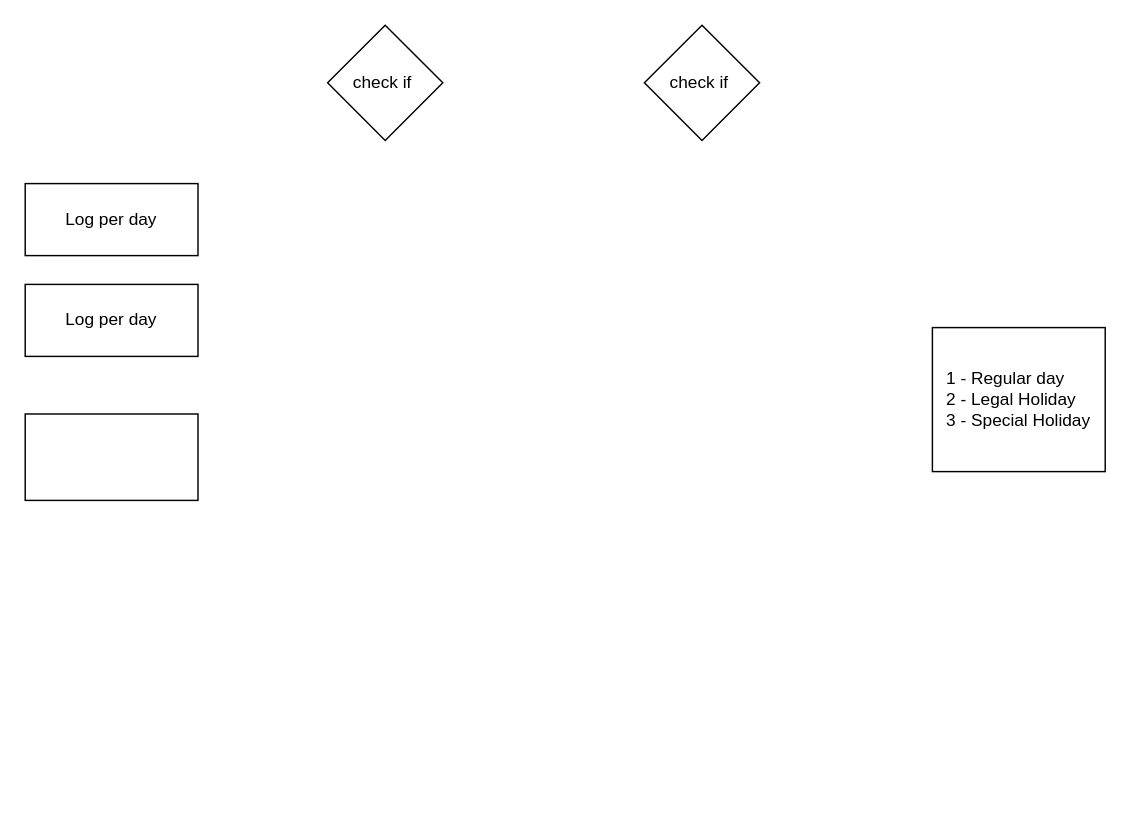
The draw.io diagram kmcc/Untitled Diagram.drawio in genmancoder/systems-diagrams, before the edit. Source tidied: cells renumbered, new cells numbered last; positions are measured from the earlier drawing's top-left corner, leaving out a move shared by most shapes. Both pictures are drawn from the tidied source at 144%, with x=0, y=0 at pixel (24, 24).
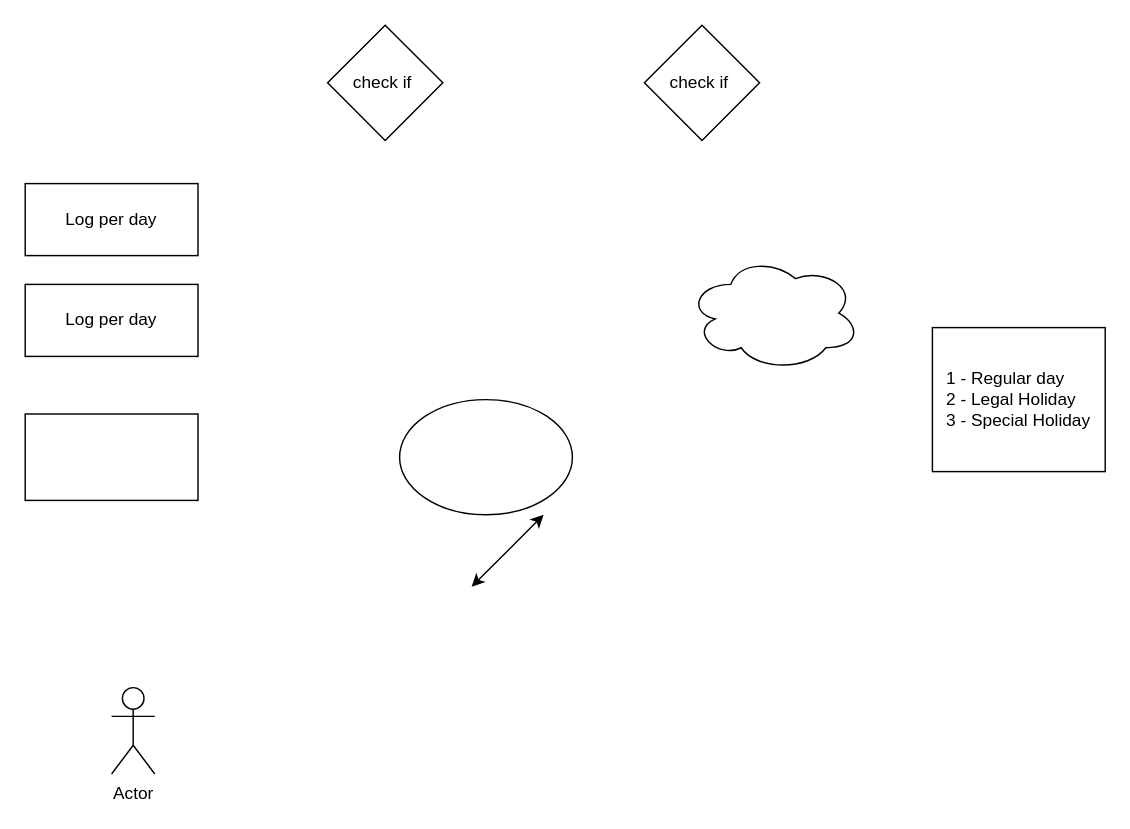
Above is the later version.

The edit, as a diff of the source:
```diff
@@
 <mxGraphModel>
   <root>
     <mxCell id="0" />
     <mxCell id="1" parent="0" />
     <mxCell id="2" value="&lt;div style=&quot;text-align: left;&quot;&gt;&lt;span style=&quot;background-color: initial;&quot;&gt;1 - Regular day&lt;/span&gt;&lt;/div&gt;&lt;div style=&quot;text-align: left;&quot;&gt;&lt;span style=&quot;background-color: initial;&quot;&gt;2 - Legal Holiday&lt;/span&gt;&lt;/div&gt;&lt;div style=&quot;text-align: left;&quot;&gt;&lt;span style=&quot;background-color: initial;&quot;&gt;3 - Special Holiday&lt;/span&gt;&lt;/div&gt;" style="rounded=0;whiteSpace=wrap;html=1;" parent="1" vertex="1">
       <mxGeometry x="630" y="210" width="120" height="100" as="geometry" />
     </mxCell>
     <mxCell id="3" value="Log per day" style="rounded=0;whiteSpace=wrap;html=1;" parent="1" vertex="1">
       <mxGeometry y="110" width="120" height="50" as="geometry" />
     </mxCell>
     <mxCell id="4" value="Log per day" style="rounded=0;whiteSpace=wrap;html=1;" parent="1" vertex="1">
       <mxGeometry y="180" width="120" height="50" as="geometry" />
     </mxCell>
     <mxCell id="5" value="check if&amp;nbsp;" style="rhombus;whiteSpace=wrap;html=1;" parent="1" vertex="1">
       <mxGeometry x="430" width="80" height="80" as="geometry" />
     </mxCell>
     <mxCell id="6" value="check if&amp;nbsp;" style="rhombus;whiteSpace=wrap;html=1;" parent="1" vertex="1">
       <mxGeometry x="210" width="80" height="80" as="geometry" />
     </mxCell>
     <mxCell id="7" style="rounded=0;whiteSpace=wrap;html=1;" parent="1" vertex="1">
       <mxGeometry y="270" width="120" height="60" as="geometry" />
     </mxCell>
+    <mxCell id="8" style="ellipse;whiteSpace=wrap;html=1;" parent="1" vertex="1">
+      <mxGeometry x="260" y="260" width="120" height="80" as="geometry" />
+    </mxCell>
+    <mxCell id="9" style="endArrow=classic;startArrow=classic;html=1;rounded=0;" parent="1" edge="1">
+      <mxGeometry relative="1" as="geometry">
+        <mxPoint x="310" y="390" as="sourcePoint" />
+        <mxPoint x="360" y="340" as="targetPoint" />
+      </mxGeometry>
+    </mxCell>
+    <mxCell id="10" style="ellipse;shape=cloud;whiteSpace=wrap;html=1;" parent="1" vertex="1">
+      <mxGeometry x="460" y="160" width="120" height="80" as="geometry" />
+    </mxCell>
+    <mxCell id="11" value="Actor" style="shape=umlActor;verticalLabelPosition=bottom;verticalAlign=top;html=1;" parent="1" vertex="1">
+      <mxGeometry x="60" y="460" width="30" height="60" as="geometry" />
+    </mxCell>
   </root>
 </mxGraphModel>
```
